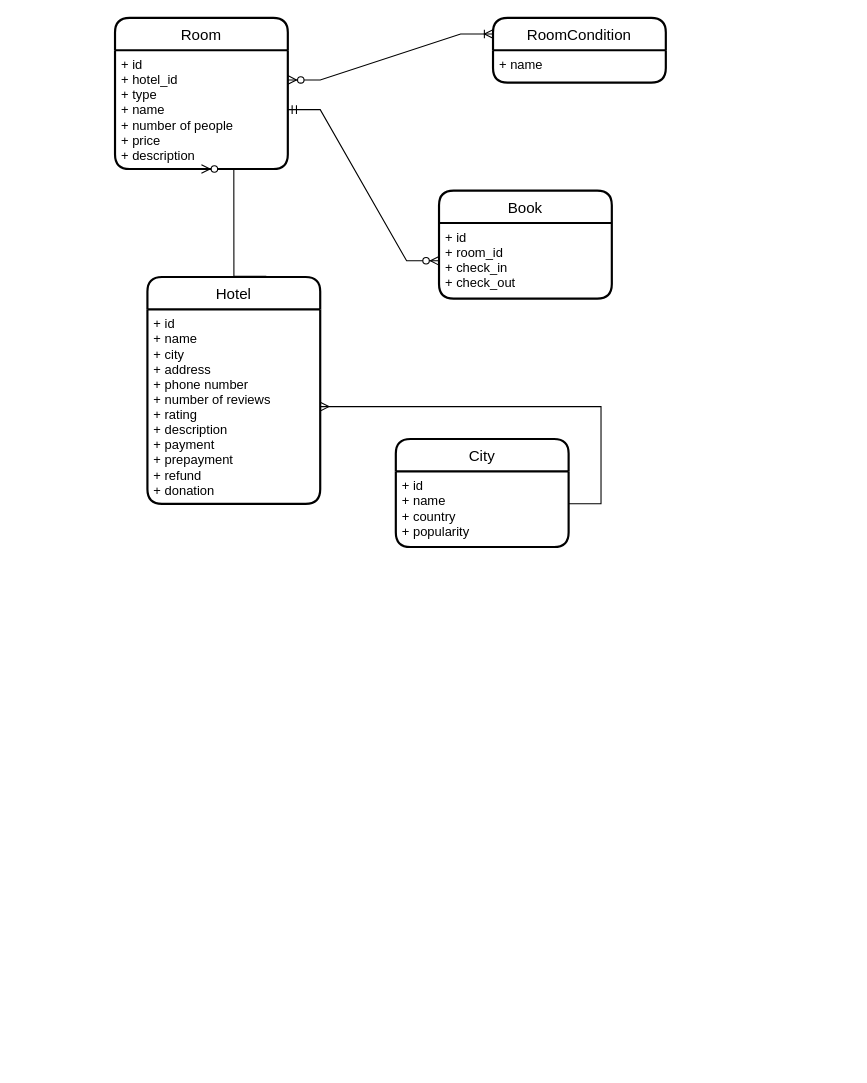
semwett0301/booking-java-back keeps this draw.io diagram as documentation/infological_model.drawio. Above is the earlier version. Source tidied: cells renumbered, new cells numbered last; positions are measured from the earlier drawing's top-left corner, leaving out a move shared by most shapes. Both pictures are drawn from the tidied source at 108%, with x=0, y=0 at pixel (114, 17).
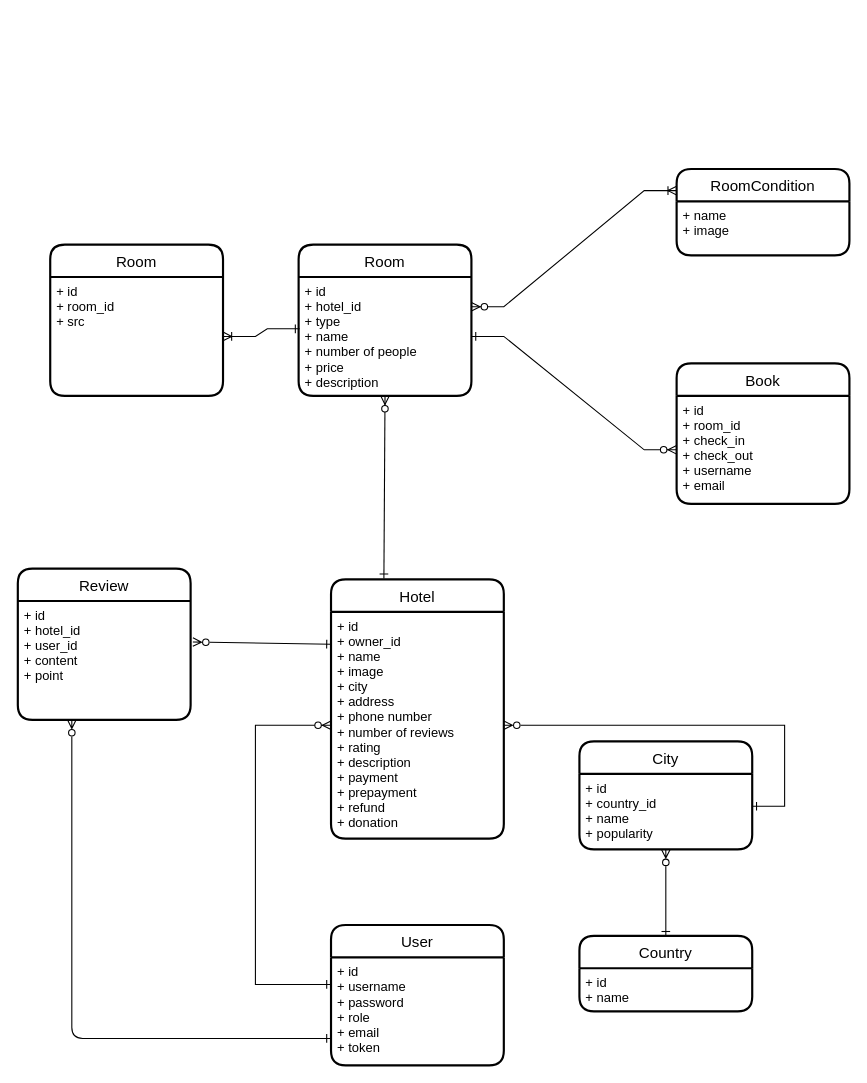
The same page after the edit.

Unchanged cells that the change refers to:
```xml
<mxCell id="7" value="+ id&#10;+ hotel_id&#10;+ type&#10;+ name&#10;+ number of people&#10;+ price&#10;+ description" style="align=left;strokeColor=none;fillColor=none;spacingLeft=4;fontSize=12;verticalAlign=top;" parent="6" vertex="1">
  <mxGeometry y="30" width="160" height="110" as="geometry" />
</mxCell>
```

What changed in the source:
```diff
@@
     <mxCell id="2" value="Hotel" style="swimlane;horizontal=1;startSize=30;rounded=1;fontSize=14;fontStyle=0;strokeWidth=2;shadow=0;dashed=0;align=center;" parent="1" vertex="1">
-      <mxGeometry x="30" y="240" width="160" height="210" as="geometry" />
+      <mxGeometry x="200" y="520" width="160" height="240" as="geometry" />
     </mxCell>
-    <mxCell id="3" value="+ id&#10;+ name&#10;+ city&#10;+ address&#10;+ phone number&#10;+ number of reviews&#10;+ rating&#10;+ description&#10;+ payment&#10;+ prepayment&#10;+ refund&#10;+ donation" style="align=left;strokeColor=none;fillColor=none;spacingLeft=4;fontSize=12;verticalAlign=top;" parent="2" vertex="1">
-      <mxGeometry y="30" width="160" height="180" as="geometry" />
+    <mxCell id="3" value="+ id&#10;+ owner_id&#10;+ name&#10;+ image&#10;+ city&#10;+ address&#10;+ phone number&#10;+ number of reviews&#10;+ rating&#10;+ description&#10;+ payment&#10;+ prepayment&#10;+ refund&#10;+ donation" style="align=left;strokeColor=none;fillColor=none;spacingLeft=4;fontSize=12;verticalAlign=top;" parent="2" vertex="1">
+      <mxGeometry y="30" width="160" height="210" as="geometry" />
     </mxCell>
     <mxCell id="4" value="RoomCondition" style="swimlane;horizontal=1;startSize=30;rounded=1;fontSize=14;fontStyle=0;strokeWidth=2;shadow=0;dashed=0;align=center;" parent="1" vertex="1">
-      <mxGeometry x="350" width="160" height="60" as="geometry" />
+      <mxGeometry x="520" y="140" width="160" height="80" as="geometry" />
     </mxCell>
-    <mxCell id="5" value="+ name" style="align=left;strokeColor=none;fillColor=none;spacingLeft=4;fontSize=12;verticalAlign=top;" parent="4" vertex="1">
-      <mxGeometry y="30" width="160" height="30" as="geometry" />
+    <mxCell id="5" value="+ name&#10;+ image" style="align=left;strokeColor=none;fillColor=none;spacingLeft=4;fontSize=12;verticalAlign=top;" parent="4" vertex="1">
+      <mxGeometry y="30" width="160" height="50" as="geometry" />
     </mxCell>
     <mxCell id="6" value="Room" style="swimlane;horizontal=1;startSize=30;rounded=1;fontSize=14;fontStyle=0;strokeWidth=2;shadow=0;dashed=0;align=center;" parent="1" vertex="1">
-      <mxGeometry width="160" height="140" as="geometry" />
+      <mxGeometry x="170" y="210" width="160" height="140" as="geometry" />
     </mxCell>
@@
     <mxCell id="8" value="Book" style="swimlane;horizontal=1;startSize=30;rounded=1;fontSize=14;fontStyle=0;strokeWidth=2;shadow=0;dashed=0;align=center;" parent="1" vertex="1">
-      <mxGeometry x="300" y="160" width="160" height="100" as="geometry" />
+      <mxGeometry x="520" y="320" width="160" height="130" as="geometry" />
     </mxCell>
-    <mxCell id="9" value="+ id&#10;+ room_id&#10;+ check_in&#10;+ check_out" style="align=left;strokeColor=none;fillColor=none;spacingLeft=4;fontSize=12;verticalAlign=top;" parent="8" vertex="1">
-      <mxGeometry y="30" width="160" height="70" as="geometry" />
+    <mxCell id="9" value="+ id&#10;+ room_id&#10;+ check_in&#10;+ check_out&#10;+ username&#10;+ email" style="align=left;strokeColor=none;fillColor=none;spacingLeft=4;fontSize=12;verticalAlign=top;" parent="8" vertex="1">
+      <mxGeometry y="30" width="160" height="100" as="geometry" />
     </mxCell>
     <mxCell id="10" value="City" style="swimlane;horizontal=1;startSize=30;rounded=1;fontSize=14;fontStyle=0;strokeWidth=2;shadow=0;dashed=0;align=center;" parent="1" vertex="1">
-      <mxGeometry x="260" y="390" width="160" height="100" as="geometry" />
+      <mxGeometry x="430" y="670" width="160" height="100" as="geometry" />
     </mxCell>
-    <mxCell id="11" value="+ id&#10;+ name &#10;+ country &#10;+ popularity" style="align=left;strokeColor=none;fillColor=none;spacingLeft=4;fontSize=12;verticalAlign=top;" parent="10" vertex="1">
+    <mxCell id="11" value="+ id&#10;+ country_id &#10;+ name&#10;+ popularity" style="align=left;strokeColor=none;fillColor=none;spacingLeft=4;fontSize=12;verticalAlign=top;" parent="10" vertex="1">
       <mxGeometry y="30" width="160" height="70" as="geometry" />
     </mxCell>
-    <mxCell id="12" style="edgeStyle=entityRelationEdgeStyle;fontSize=12;html=1;endArrow=ERmany;rounded=0;" parent="1" edge="1" target="3">
+    <mxCell id="12" style="edgeStyle=entityRelationEdgeStyle;fontSize=12;html=1;endArrow=ERzeroToMany;rounded=0;endFill=0;startArrow=ERone;startFill=0;" parent="1" edge="1" target="3">
       <mxGeometry relative="1" as="geometry">
-        <mxPoint x="420" y="450" as="sourcePoint" />
+        <mxPoint x="590" y="730" as="sourcePoint" />
       </mxGeometry>
     </mxCell>
-    <mxCell id="13" style="edgeStyle=entityRelationEdgeStyle;fontSize=12;html=1;endArrow=ERzeroToMany;startArrow=ERmandOne;rounded=0;entryX=0;entryY=0.5;entryDx=0;entryDy=0;exitX=1;exitY=0.5;exitDx=0;exitDy=0;" parent="1" edge="1" source="7" target="9">
+    <mxCell id="13" style="edgeStyle=entityRelationEdgeStyle;fontSize=12;html=1;endArrow=ERzeroToMany;startArrow=ERone;rounded=0;entryX=0;entryY=0.5;entryDx=0;entryDy=0;exitX=1;exitY=0.5;exitDx=0;exitDy=0;startFill=0;" parent="1" edge="1" source="7" target="9">
       <mxGeometry relative="1" as="geometry" />
     </mxCell>
@@
-    <mxCell id="15" style="edgeStyle=entityRelationEdgeStyle;fontSize=12;html=1;endArrow=ERzeroToMany;endFill=1;rounded=0;exitX=0.688;exitY=-0.003;exitDx=0;exitDy=0;exitPerimeter=0;entryX=0.5;entryY=1;entryDx=0;entryDy=0;" parent="1" edge="1" source="2" target="7">
+    <mxCell id="15" style="fontSize=12;html=1;endArrow=ERzeroToMany;endFill=1;rounded=0;exitX=0.306;exitY=-0.004;exitDx=0;exitDy=0;exitPerimeter=0;entryX=0.5;entryY=1;entryDx=0;entryDy=0;startArrow=ERone;startFill=0;" parent="1" edge="1" source="2" target="7">
       <mxGeometry relative="1" as="geometry" />
     </mxCell>
+    <mxCell id="16" value="User" style="swimlane;horizontal=1;startSize=30;rounded=1;fontSize=14;fontStyle=0;strokeWidth=2;shadow=0;dashed=0;align=center;" parent="1" vertex="1">
+      <mxGeometry x="200" y="840" width="160" height="130" as="geometry" />
+    </mxCell>
+    <mxCell id="17" value="+ id&#10;+ username&#10;+ password&#10;+ role&#10;+ email&#10;+ token" style="align=left;strokeColor=none;fillColor=none;spacingLeft=4;fontSize=12;verticalAlign=top;" parent="16" vertex="1">
+      <mxGeometry y="30" width="160" height="100" as="geometry" />
+    </mxCell>
+    <mxCell id="18" style="edgeStyle=elbowEdgeStyle;fontSize=12;html=1;endArrow=ERzeroToMany;startArrow=ERone;rounded=0;exitX=0;exitY=0.25;exitDx=0;exitDy=0;entryX=0;entryY=0.5;entryDx=0;entryDy=0;startFill=0;" parent="1" edge="1" source="17" target="3">
+      <mxGeometry relative="1" as="geometry">
+        <Array as="points">
+          <mxPoint x="130" y="770" />
+        </Array>
+      </mxGeometry>
+    </mxCell>
+    <mxCell id="19" style="edgeStyle=none;jettySize=auto;html=1;entryX=0;entryY=0.25;entryDx=0;entryDy=0;startArrow=ERzeroToMany;startFill=0;endArrow=ERone;endFill=0;exitX=1.013;exitY=0.345;exitDx=0;exitDy=0;exitPerimeter=0;" parent="1" edge="1" source="21" target="2">
+      <mxGeometry relative="1" as="geometry" />
+    </mxCell>
+    <mxCell id="20" value="Review" style="swimlane;horizontal=1;startSize=30;rounded=1;fontSize=14;fontStyle=0;strokeWidth=2;shadow=0;dashed=0;align=center;" parent="1" vertex="1">
+      <mxGeometry x="-90" y="510" width="160" height="140" as="geometry" />
+    </mxCell>
+    <mxCell id="21" value="+ id&#10;+ hotel_id&#10;+ user_id&#10;+ content&#10;+ point" style="align=left;strokeColor=none;fillColor=none;spacingLeft=4;fontSize=12;verticalAlign=top;" parent="20" vertex="1">
+      <mxGeometry y="30" width="160" height="110" as="geometry" />
+    </mxCell>
+    <mxCell id="22" style="edgeStyle=orthogonalEdgeStyle;jettySize=auto;html=1;entryX=0;entryY=0.75;entryDx=0;entryDy=0;startArrow=ERzeroToMany;startFill=0;endArrow=ERone;endFill=0;" parent="1" edge="1" source="21" target="17">
+      <mxGeometry relative="1" as="geometry">
+        <Array as="points">
+          <mxPoint x="-40" y="945" />
+        </Array>
+      </mxGeometry>
+    </mxCell>
+    <mxCell id="23" style="edgeStyle=orthogonalEdgeStyle;jettySize=auto;html=1;entryX=0.5;entryY=0;entryDx=0;entryDy=0;startArrow=ERzeroToMany;startFill=0;endArrow=ERone;endFill=0;exitX=0.5;exitY=1;exitDx=0;exitDy=0;" parent="1" edge="1" source="11" target="24">
+      <mxGeometry relative="1" as="geometry" />
+    </mxCell>
+    <mxCell id="24" value="Country" style="swimlane;horizontal=1;startSize=30;rounded=1;fontSize=14;fontStyle=0;strokeWidth=2;shadow=0;dashed=0;align=center;" parent="1" vertex="1">
+      <mxGeometry x="430" y="850" width="160" height="70" as="geometry" />
+    </mxCell>
+    <mxCell id="25" value="+ id&#10;+ name" style="align=left;strokeColor=none;fillColor=none;spacingLeft=4;fontSize=12;verticalAlign=top;" parent="24" vertex="1">
+      <mxGeometry y="30" width="160" height="40" as="geometry" />
+    </mxCell>
+    <mxCell id="26" value="Room" style="swimlane;horizontal=1;startSize=30;rounded=1;fontSize=14;fontStyle=0;strokeWidth=2;shadow=0;dashed=0;align=center;" parent="1" vertex="1">
+      <mxGeometry x="-60" y="210" width="160" height="140" as="geometry" />
+    </mxCell>
+    <mxCell id="27" value="+ id&#10;+ room_id&#10;+ src" style="align=left;strokeColor=none;fillColor=none;spacingLeft=4;fontSize=12;verticalAlign=top;" parent="26" vertex="1">
+      <mxGeometry y="30" width="160" height="110" as="geometry" />
+    </mxCell>
+    <mxCell id="28" style="edgeStyle=entityRelationEdgeStyle;fontSize=12;html=1;endArrow=ERone;startArrow=ERoneToMany;rounded=0;startFill=0;exitX=1;exitY=0.5;exitDx=0;exitDy=0;entryX=0.006;entryY=0.436;entryDx=0;entryDy=0;entryPerimeter=0;endFill=0;" parent="1" edge="1" source="27" target="7">
+      <mxGeometry relative="1" as="geometry" />
+    </mxCell>
```
